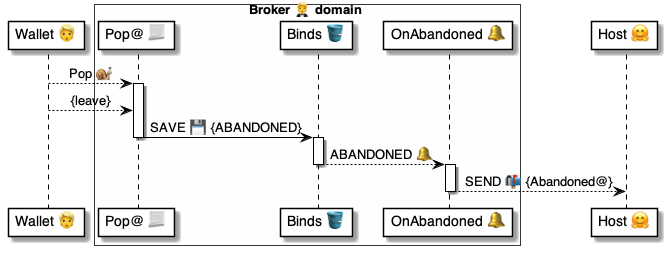
Earlier version of the PlantUML export 4 ⚙️ Solution/20 🧑‍🦰 UI/Brokers 🤵/🤵🪣 Broker tables/Chats 💬 table/🪣🔔 8 Abandoned/🤵 OnChatAbandoned ⚙️ uml.png (pollyweb-org/pollyweb-docs). Its source is kept beside it as 4 ⚙️ Solution/20 🧑‍🦰 UI/Brokers 🤵/🤵🪣 Broker tables/Chats 💬 table/🪣🔔 8 Abandoned/🤵 OnChatAbandoned ⚙️ uml.puml. Its diagram source:
```plantuml
@startuml OnChatAbandoned

participant "Wallet 👱" as wallet

box Broker 🤵 domain #FFFFFA
    participant "Pop@ 📃" as script
    participant "Binds 🪣" as binds
    participant "OnAbandoned 🔔" as handler
end box

participant "Host 🤗" as host

wallet --> script: Pop 🐌

activate script
    wallet --> script: {leave}
    script -> binds: SAVE 💾 {ABANDONED}
deactivate script

activate binds
    binds --> handler: ABANDONED 🔔
deactivate binds

activate handler
    handler --> host: SEND 📬 {Abandoned@}
deactivate handler


@enduml
```
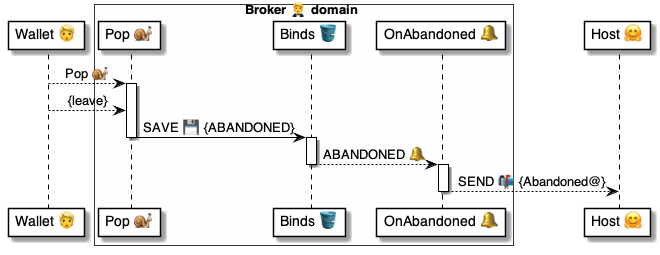
Above is the later version.

Diff of the diagram source:
```diff
@@ -3,7 +3,7 @@
 participant "Wallet 👱" as wallet
 
 box Broker 🤵 domain #FFFFFA
-    participant "Pop@ 📃" as script
+    participant "Pop 🐌" as script
     participant "Binds 🪣" as binds
     participant "OnAbandoned 🔔" as handler
 end box
```
